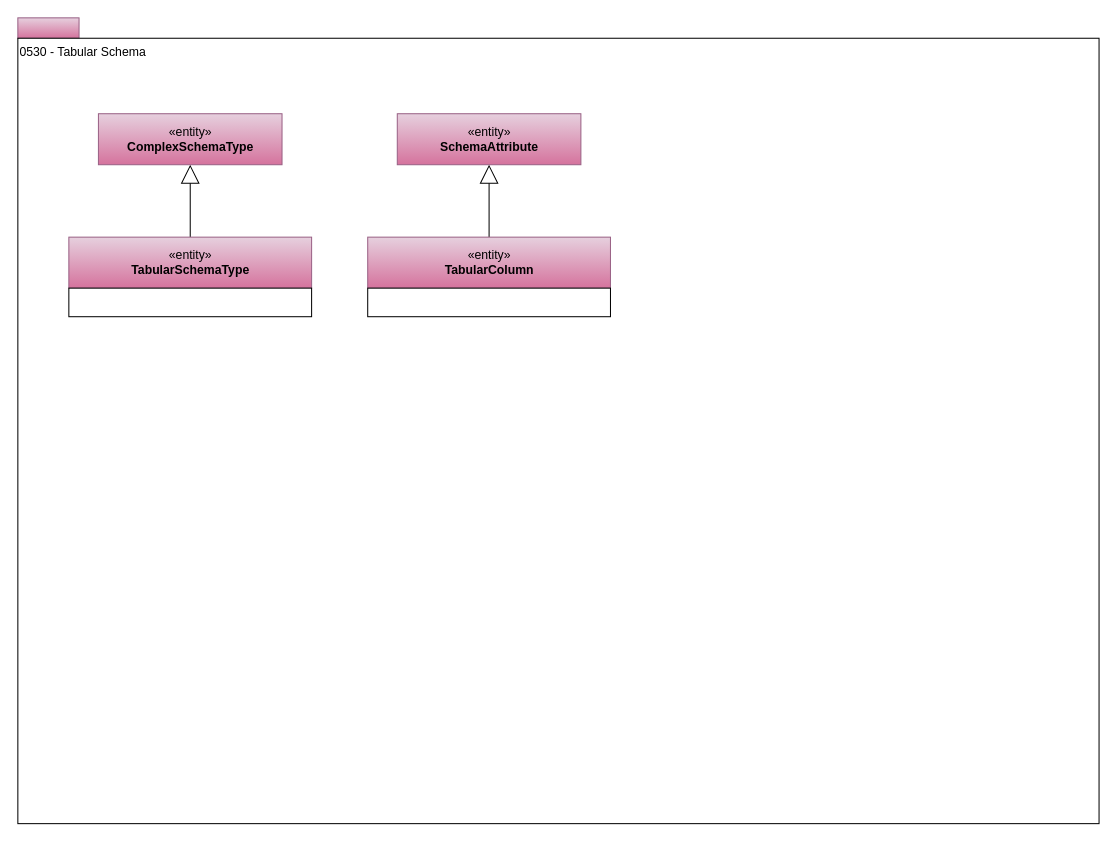
Above: page "0530-Tabular-Schemas" (11 of 28) of open-metadata-publication/website/open-metadata-types/area-5-models-and-schema.drawio in odpi/egeria (draw.io), before the change. Source tidied: cells renumbered, new cells numbered last; positions are measured from the earlier drawing's top-left corner, leaving out a move shared by most shapes. Both pictures are drawn from the tidied source at 102%, with x=0, y=0 at pixel (17, 17).
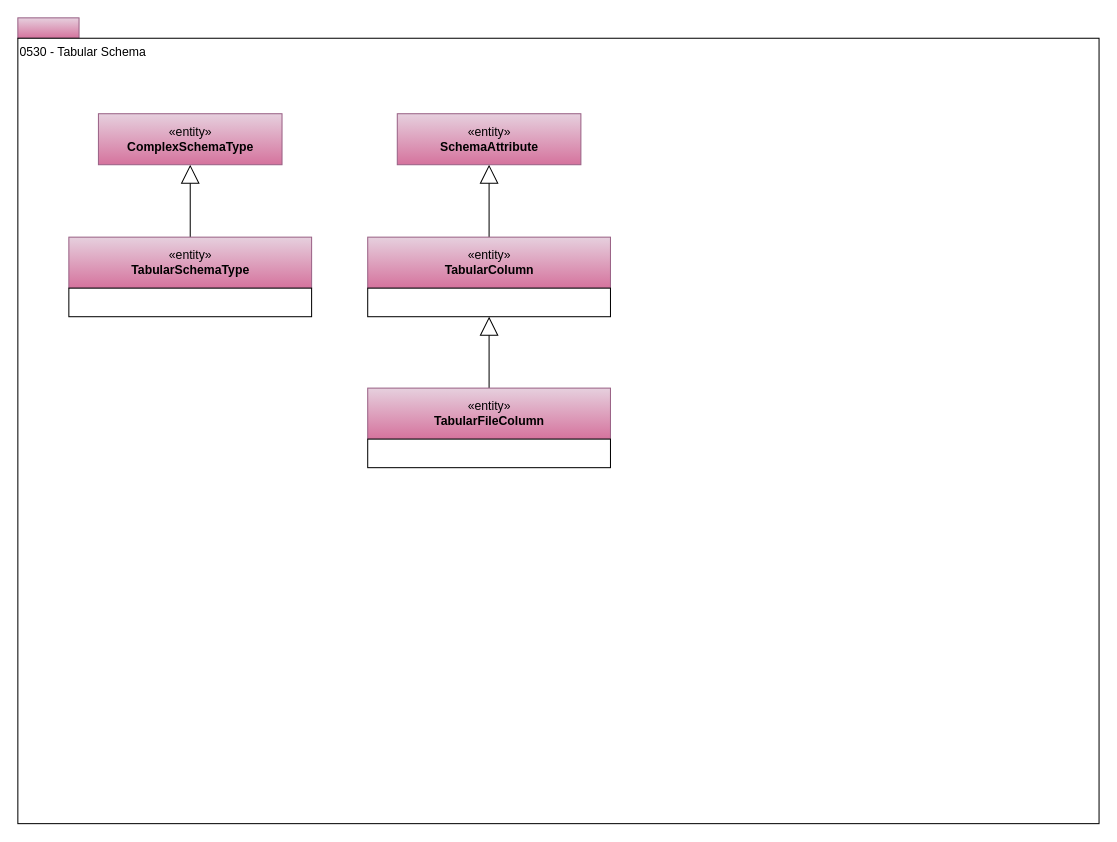
The same diagram, later.

Change to the diagram source:
```diff
@@
 <mxGraphModel>
   <root>
     <mxCell id="0" />
     <mxCell id="1" parent="0" />
     <mxCell id="2" style="rounded=0;whiteSpace=wrap;html=1;align=left;fillColor=#e6d0de;strokeColor=#996185;gradientColor=#d5739d;" parent="1" vertex="1">
       <mxGeometry width="60" height="20" as="geometry" />
     </mxCell>
     <mxCell id="3" value="0530 - Tabular Schema" style="rounded=0;whiteSpace=wrap;html=1;align=left;verticalAlign=top;" parent="1" vertex="1">
       <mxGeometry y="20" width="1060" height="770" as="geometry" />
     </mxCell>
     <mxCell id="4" style="edgeStyle=orthogonalEdgeStyle;rounded=0;jettySize=auto;html=1;exitX=0.5;exitY=0;exitDx=0;exitDy=0;startSize=6;endArrow=block;endFill=0;endSize=16;" parent="1" edge="1" source="10" target="5">
       <mxGeometry relative="1" as="geometry" />
     </mxCell>
     <mxCell id="5" value="«entity»&lt;br&gt;&lt;b&gt;ComplexSchemaType&lt;/b&gt;" style="html=1;strokeColor=#996185;align=center;fillColor=#e6d0de;gradientColor=#d5739d;" parent="1" vertex="1">
       <mxGeometry x="79" y="94" width="180" height="50" as="geometry" />
     </mxCell>
     <mxCell id="6" style="edgeStyle=orthogonalEdgeStyle;rounded=0;jettySize=auto;html=1;exitX=0.5;exitY=0;exitDx=0;exitDy=0;startSize=6;endArrow=block;endFill=0;endSize=16;" parent="1" edge="1" source="13" target="7">
       <mxGeometry relative="1" as="geometry" />
     </mxCell>
     <mxCell id="7" value="«entity»&lt;br&gt;&lt;b&gt;SchemaAttribute&lt;/b&gt;" style="html=1;strokeColor=#996185;align=center;fillColor=#e6d0de;gradientColor=#d5739d;" parent="1" vertex="1">
       <mxGeometry x="372" y="94" width="180" height="50" as="geometry" />
     </mxCell>
     <mxCell id="8" style="edgeStyle=orthogonalEdgeStyle;rounded=0;orthogonalLoop=1;jettySize=auto;html=1;exitX=0.5;exitY=0;exitDx=0;exitDy=0;entryX=0.5;entryY=1;entryDx=0;entryDy=0;startSize=6;endArrow=block;endFill=0;endSize=16;" parent="1" edge="1">
       <mxGeometry relative="1" as="geometry">
         <mxPoint x="462" y="405" as="targetPoint" />
       </mxGeometry>
     </mxCell>
     <mxCell id="9" style="group;" parent="1" vertex="1">
       <mxGeometry x="50" y="215" width="238" height="78" as="geometry" />
     </mxCell>
     <mxCell id="10" value="«entity»&lt;br&gt;&lt;b&gt;TabularSchemaType&lt;/b&gt;" style="html=1;strokeColor=#996185;align=center;fillColor=#e6d0de;gradientColor=#d5739d;" parent="9" vertex="1">
       <mxGeometry width="238" height="50" as="geometry" />
     </mxCell>
     <mxCell id="11" style="rounded=0;whiteSpace=wrap;html=1;strokeColor=#000000;gradientColor=#ffffff;align=left;" parent="9" vertex="1">
       <mxGeometry y="50" width="238" height="28" as="geometry" />
     </mxCell>
     <mxCell id="12" style="group;" parent="1" vertex="1">
       <mxGeometry x="343" y="215" width="238" height="78" as="geometry" />
     </mxCell>
     <mxCell id="13" value="«entity»&lt;br&gt;&lt;b&gt;TabularColumn&lt;/b&gt;" style="html=1;strokeColor=#996185;align=center;fillColor=#e6d0de;gradientColor=#d5739d;" parent="12" vertex="1">
       <mxGeometry width="238" height="50" as="geometry" />
     </mxCell>
     <mxCell id="14" style="rounded=0;whiteSpace=wrap;html=1;strokeColor=#000000;gradientColor=#ffffff;align=left;" parent="12" vertex="1">
       <mxGeometry y="50" width="238" height="28" as="geometry" />
     </mxCell>
+    <mxCell id="15" style="edgeStyle=orthogonalEdgeStyle;rounded=0;jettySize=auto;html=1;exitX=0.5;exitY=0;exitDx=0;exitDy=0;startSize=6;endArrow=block;endFill=0;endSize=16;entryX=0.5;entryY=1;entryDx=0;entryDy=0;" parent="1" edge="1" source="17" target="14">
+      <mxGeometry relative="1" as="geometry" />
+    </mxCell>
+    <mxCell id="16" style="group;" parent="1" vertex="1">
+      <mxGeometry x="343" y="363" width="238" height="78" as="geometry" />
+    </mxCell>
+    <mxCell id="17" value="«entity»&lt;br&gt;&lt;b&gt;TabularFileColumn&lt;/b&gt;" style="html=1;strokeColor=#996185;align=center;fillColor=#e6d0de;gradientColor=#d5739d;" parent="16" vertex="1">
+      <mxGeometry width="238" height="50" as="geometry" />
+    </mxCell>
+    <mxCell id="18" style="rounded=0;whiteSpace=wrap;html=1;strokeColor=#000000;gradientColor=#ffffff;align=left;" parent="16" vertex="1">
+      <mxGeometry y="50" width="238" height="28" as="geometry" />
+    </mxCell>
   </root>
 </mxGraphModel>
```
